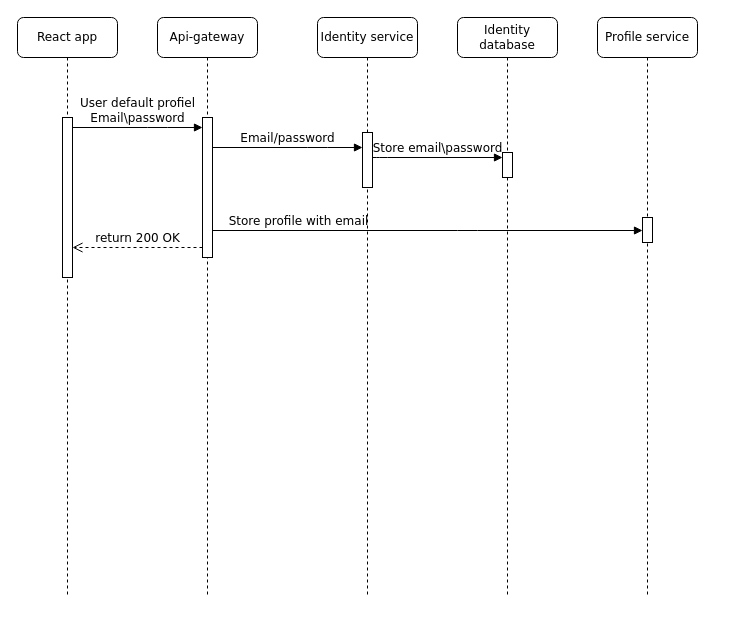
This is page "Sign-up" (1 of 6) of docs/UserIdentity_flow.drawio from ArtemK123/Ticket_Flow, a draw.io file, before an edit. Source tidied: cells renumbered, new cells numbered last; positions are measured from the earlier drawing's top-left corner, leaving out a move shared by most shapes. Both pictures are drawn from the tidied source at 100%, with x=0, y=0 at pixel (17, 17).
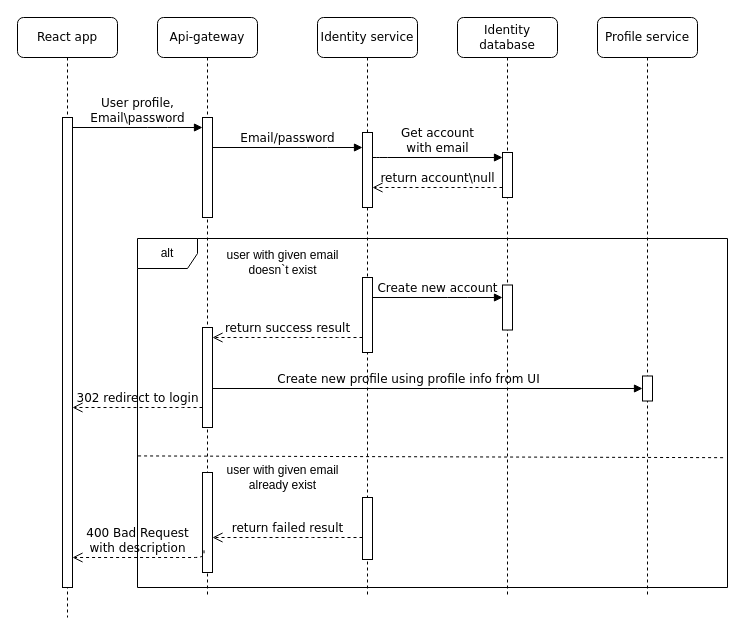
The same page after the edit.

Commit message:
Changed sign-up flow in diagrams

Unchanged cells that the change refers to:
```xml
<mxCell id="2" value="Api-gateway" style="shape=umlLifeline;perimeter=lifelinePerimeter;whiteSpace=wrap;html=1;rounded=1;shadow=0;comic=0;labelBackgroundColor=none;strokeWidth=1;fontFamily=Verdana;fontSize=12;align=center;" parent="1" vertex="1">
  <mxGeometry x="140" width="100" height="580" as="geometry" />
</mxCell>
<mxCell id="4" value="Identity service" style="shape=umlLifeline;perimeter=lifelinePerimeter;whiteSpace=wrap;html=1;rounded=1;shadow=0;comic=0;labelBackgroundColor=none;strokeWidth=1;fontFamily=Verdana;fontSize=12;align=center;" parent="1" vertex="1">
  <mxGeometry x="300" width="100" height="580" as="geometry" />
</mxCell>
<mxCell id="6" value="Identity database" style="shape=umlLifeline;perimeter=lifelinePerimeter;whiteSpace=wrap;html=1;rounded=1;shadow=0;comic=0;labelBackgroundColor=none;strokeWidth=1;fontFamily=Verdana;fontSize=12;align=center;" parent="1" vertex="1">
  <mxGeometry x="440" width="100" height="580" as="geometry" />
</mxCell>
<mxCell id="15" value="Profile service" style="shape=umlLifeline;perimeter=lifelinePerimeter;whiteSpace=wrap;html=1;rounded=1;shadow=0;comic=0;labelBackgroundColor=none;strokeWidth=1;fontFamily=Verdana;fontSize=12;align=center;" parent="1" vertex="1">
  <mxGeometry x="580" width="100" height="580" as="geometry" />
</mxCell>
```

What changed in the source:
```diff
@@
+    <mxCell id="17" value="alt" style="shape=umlFrame;whiteSpace=wrap;html=1;" parent="1" vertex="1">
+      <mxGeometry x="120" y="221" width="590" height="349" as="geometry" />
+    </mxCell>
@@
     <mxCell id="3" style="html=1;points=[];perimeter=orthogonalPerimeter;rounded=0;shadow=0;comic=0;labelBackgroundColor=none;strokeWidth=1;fontFamily=Verdana;fontSize=12;align=center;" parent="2" vertex="1">
-      <mxGeometry x="45" y="100" width="10" height="140" as="geometry" />
+      <mxGeometry x="45" y="100" width="10" height="100" as="geometry" />
     </mxCell>
+    <mxCell id="18" style="html=1;points=[];perimeter=orthogonalPerimeter;rounded=0;shadow=0;comic=0;labelBackgroundColor=none;strokeWidth=1;fontFamily=Verdana;fontSize=12;align=center;" parent="2" vertex="1">
+      <mxGeometry x="45" y="310" width="10" height="100" as="geometry" />
+    </mxCell>
+    <mxCell id="19" style="html=1;points=[];perimeter=orthogonalPerimeter;rounded=0;shadow=0;comic=0;labelBackgroundColor=none;strokeWidth=1;fontFamily=Verdana;fontSize=12;align=center;" parent="2" vertex="1">
+      <mxGeometry x="45" y="455" width="10" height="100" as="geometry" />
+    </mxCell>
@@
     <mxCell id="5" style="html=1;points=[];perimeter=orthogonalPerimeter;rounded=0;shadow=0;comic=0;labelBackgroundColor=none;strokeWidth=1;fontFamily=Verdana;fontSize=12;align=center;" parent="4" vertex="1">
-      <mxGeometry x="45" y="115" width="10" height="55" as="geometry" />
+      <mxGeometry x="45" y="115" width="10" height="75" as="geometry" />
     </mxCell>
+    <mxCell id="20" style="html=1;points=[];perimeter=orthogonalPerimeter;rounded=0;shadow=0;comic=0;labelBackgroundColor=none;strokeWidth=1;fontFamily=Verdana;fontSize=12;align=center;" parent="4" vertex="1">
+      <mxGeometry x="45" y="260" width="10" height="75" as="geometry" />
+    </mxCell>
+    <mxCell id="21" style="html=1;points=[];perimeter=orthogonalPerimeter;rounded=0;shadow=0;comic=0;labelBackgroundColor=none;strokeWidth=1;fontFamily=Verdana;fontSize=12;align=center;" parent="4" vertex="1">
+      <mxGeometry x="45" y="480" width="10" height="62" as="geometry" />
+    </mxCell>
@@
     <mxCell id="7" style="html=1;points=[];perimeter=orthogonalPerimeter;rounded=0;shadow=0;comic=0;labelBackgroundColor=none;strokeWidth=1;fontFamily=Verdana;fontSize=12;align=center;" parent="6" vertex="1">
-      <mxGeometry x="45" y="135" width="10" height="25" as="geometry" />
+      <mxGeometry x="45" y="135" width="10" height="45" as="geometry" />
     </mxCell>
+    <mxCell id="22" style="html=1;points=[];perimeter=orthogonalPerimeter;rounded=0;shadow=0;comic=0;labelBackgroundColor=none;strokeWidth=1;fontFamily=Verdana;fontSize=12;align=center;" parent="6" vertex="1">
+      <mxGeometry x="45" y="267.5" width="10" height="45" as="geometry" />
+    </mxCell>
     <mxCell id="8" value="React app" style="shape=umlLifeline;perimeter=lifelinePerimeter;whiteSpace=wrap;html=1;rounded=1;shadow=0;comic=0;labelBackgroundColor=none;strokeWidth=1;fontFamily=Verdana;fontSize=12;align=center;" parent="1" vertex="1">
-      <mxGeometry width="100" height="580" as="geometry" />
+      <mxGeometry width="100" height="600" as="geometry" />
     </mxCell>
     <mxCell id="9" style="html=1;points=[];perimeter=orthogonalPerimeter;rounded=0;shadow=0;comic=0;labelBackgroundColor=none;strokeWidth=1;fontFamily=Verdana;fontSize=12;align=center;" parent="8" vertex="1">
-      <mxGeometry x="45" y="100" width="10" height="160" as="geometry" />
+      <mxGeometry x="45" y="100" width="10" height="470" as="geometry" />
     </mxCell>
-    <mxCell id="10" value="Store email\password" style="html=1;verticalAlign=bottom;endArrow=block;labelBackgroundColor=none;fontFamily=Verdana;fontSize=12;edgeStyle=elbowEdgeStyle;elbow=vertical;" parent="1" edge="1" source="5" target="7">
+    <mxCell id="10" value="Get account&lt;br&gt;with email" style="html=1;verticalAlign=bottom;endArrow=block;labelBackgroundColor=none;fontFamily=Verdana;fontSize=12;edgeStyle=elbowEdgeStyle;elbow=vertical;" parent="1" edge="1" source="5" target="7">
       <mxGeometry relative="1" as="geometry">
         <Array as="points">
           <mxPoint x="360" y="140" />
         </Array>
       </mxGeometry>
     </mxCell>
@@
-    <mxCell id="12" value="User default profiel&lt;br&gt;Email\password" style="html=1;verticalAlign=bottom;endArrow=block;labelBackgroundColor=none;fontFamily=Verdana;fontSize=12;edgeStyle=elbowEdgeStyle;elbow=vertical;" parent="1" edge="1" source="9" target="3">
+    <mxCell id="12" value="User profile,&lt;br&gt;Email\password" style="html=1;verticalAlign=bottom;endArrow=block;labelBackgroundColor=none;fontFamily=Verdana;fontSize=12;edgeStyle=elbowEdgeStyle;elbow=vertical;" parent="1" edge="1" source="9" target="3">
       <mxGeometry relative="1" as="geometry">
         <Array as="points">
+          <mxPoint x="140" y="110" />
+          <mxPoint x="160" y="120" />
           <mxPoint x="140" y="110" />
           <mxPoint x="180" y="130" />
         </Array>
       </mxGeometry>
     </mxCell>
-    <mxCell id="13" value="return 200 OK" style="html=1;verticalAlign=bottom;endArrow=open;dashed=1;endSize=8;labelBackgroundColor=none;fontFamily=Verdana;fontSize=12;edgeStyle=elbowEdgeStyle;elbow=vertical;" parent="1" edge="1" source="3" target="9">
-      <mxGeometry relative="1" as="geometry">
-        <Array as="points">
-          <mxPoint x="160" y="230" />
-          <mxPoint x="130" y="200" />
-          <mxPoint x="600" y="180" />
-        </Array>
-      </mxGeometry>
-    </mxCell>
-    <mxCell id="14" value="Store profile with email" style="html=1;verticalAlign=bottom;endArrow=block;labelBackgroundColor=none;fontFamily=Verdana;fontSize=12;edgeStyle=elbowEdgeStyle;elbow=vertical;" parent="1" edge="1" source="3" target="16">
-      <mxGeometry x="0.19" y="-170" relative="1" as="geometry">
-        <Array as="points">
-          <mxPoint x="450" y="213" />
-          <mxPoint x="310" y="220" />
-        </Array>
-        <mxPoint x="-170" y="-170" as="offset" />
-      </mxGeometry>
-    </mxCell>
@@
     <mxCell id="16" style="html=1;points=[];perimeter=orthogonalPerimeter;rounded=0;shadow=0;comic=0;labelBackgroundColor=none;strokeWidth=1;fontFamily=Verdana;fontSize=12;align=center;" parent="15" vertex="1">
-      <mxGeometry x="45" y="200" width="10" height="25" as="geometry" />
+      <mxGeometry x="45" y="358.5" width="10" height="25" as="geometry" />
     </mxCell>
+    <mxCell id="23" value="return account\null" style="html=1;verticalAlign=bottom;endArrow=open;dashed=1;endSize=8;labelBackgroundColor=none;fontFamily=Verdana;fontSize=12;edgeStyle=elbowEdgeStyle;elbow=vertical;" parent="1" edge="1" source="7" target="5">
+      <mxGeometry relative="1" as="geometry">
+        <Array as="points">
+          <mxPoint x="465" y="170" />
+          <mxPoint x="435" y="140" />
+          <mxPoint x="905" y="120" />
+        </Array>
+      </mxGeometry>
+    </mxCell>
+    <mxCell id="24" value="user with given email&lt;br&gt;doesn`t exist" style="text;html=1;align=center;verticalAlign=middle;" parent="1" vertex="1">
+      <mxGeometry x="200" y="230" width="130" height="30" as="geometry" />
+    </mxCell>
+    <mxCell id="25" value="user with given email&lt;br&gt;already exist" style="text;html=1;align=center;verticalAlign=middle;" parent="1" vertex="1">
+      <mxGeometry x="200" y="445" width="130" height="30" as="geometry" />
+    </mxCell>
+    <mxCell id="26" value="Create new account" style="html=1;verticalAlign=bottom;endArrow=block;labelBackgroundColor=none;fontFamily=Verdana;fontSize=12;edgeStyle=elbowEdgeStyle;elbow=vertical;" parent="1" edge="1" source="20" target="22">
+      <mxGeometry relative="1" as="geometry">
+        <Array as="points">
+          <mxPoint x="440" y="280" />
+          <mxPoint x="370" y="289.7" />
+        </Array>
+      </mxGeometry>
+    </mxCell>
+    <mxCell id="27" value="return success result" style="html=1;verticalAlign=bottom;endArrow=open;dashed=1;endSize=8;labelBackgroundColor=none;fontFamily=Verdana;fontSize=12;edgeStyle=elbowEdgeStyle;elbow=vertical;" parent="1" edge="1" source="20" target="18">
+      <mxGeometry relative="1" as="geometry">
+        <Array as="points">
+          <mxPoint x="310" y="320" />
+          <mxPoint x="280" y="290" />
+          <mxPoint x="750" y="270" />
+        </Array>
+      </mxGeometry>
+    </mxCell>
+    <mxCell id="28" value="Create new profile using profile info from UI" style="html=1;verticalAlign=bottom;endArrow=block;labelBackgroundColor=none;fontFamily=Verdana;fontSize=12;edgeStyle=elbowEdgeStyle;elbow=vertical;" parent="1" edge="1" source="18" target="16">
+      <mxGeometry x="0.47" y="-120" relative="1" as="geometry">
+        <Array as="points">
+          <mxPoint x="430" y="371" />
+          <mxPoint x="410" y="360" />
+          <mxPoint x="510" y="371" />
+          <mxPoint x="335" y="390" />
+        </Array>
+        <mxPoint x="-120" y="-120" as="offset" />
+      </mxGeometry>
+    </mxCell>
+    <mxCell id="29" value="302 redirect to login" style="html=1;verticalAlign=bottom;endArrow=open;dashed=1;endSize=8;labelBackgroundColor=none;fontFamily=Verdana;fontSize=12;edgeStyle=elbowEdgeStyle;elbow=vertical;" parent="1" edge="1" source="18" target="9">
+      <mxGeometry relative="1" as="geometry">
+        <Array as="points">
+          <mxPoint x="155" y="390" />
+          <mxPoint x="125" y="360" />
+          <mxPoint x="595" y="340" />
+        </Array>
+      </mxGeometry>
+    </mxCell>
+    <mxCell id="30" style="endArrow=none;dashed=1;html=1;entryX=0.995;entryY=0.628;entryDx=0;entryDy=0;entryPerimeter=0;exitX=0.001;exitY=0.623;exitDx=0;exitDy=0;exitPerimeter=0;" parent="1" edge="1" source="17" target="17">
+      <mxGeometry relative="1" as="geometry" />
+    </mxCell>
+    <mxCell id="31" value="return failed result" style="html=1;verticalAlign=bottom;endArrow=open;dashed=1;endSize=8;labelBackgroundColor=none;fontFamily=Verdana;fontSize=12;edgeStyle=elbowEdgeStyle;elbow=vertical;" parent="1" edge="1" source="21" target="19">
+      <mxGeometry relative="1" as="geometry">
+        <Array as="points">
+          <mxPoint x="305" y="520" />
+          <mxPoint x="275" y="490" />
+          <mxPoint x="745" y="470" />
+        </Array>
+      </mxGeometry>
+    </mxCell>
+    <mxCell id="32" value="400 Bad Request&lt;br&gt;with description" style="html=1;verticalAlign=bottom;endArrow=open;dashed=1;endSize=8;labelBackgroundColor=none;fontFamily=Verdana;fontSize=12;edgeStyle=elbowEdgeStyle;elbow=vertical;exitX=0.152;exitY=0.778;exitDx=0;exitDy=0;exitPerimeter=0;" parent="1" edge="1" source="19" target="9">
+      <mxGeometry x="0.06" relative="1" as="geometry">
+        <Array as="points">
+          <mxPoint x="160" y="540" />
+          <mxPoint x="130" y="510" />
+          <mxPoint x="600" y="490" />
+        </Array>
+      </mxGeometry>
+    </mxCell>
```
